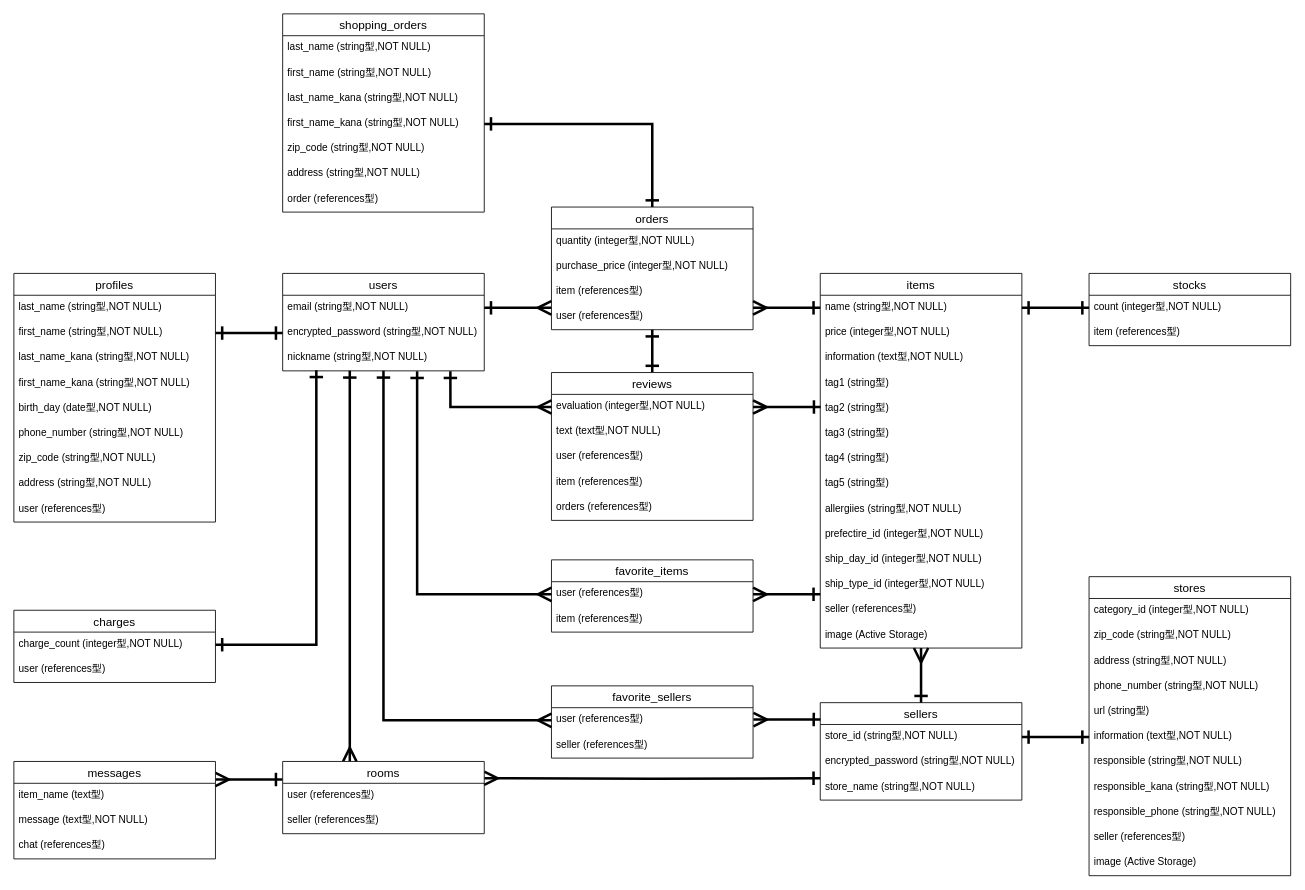
This is er.dio from Buchikin/ecshop-foodmall, a draw.io file, before an edit. Source tidied: cells renumbered, new cells numbered last; positions are measured from the earlier drawing's top-left corner, leaving out a move shared by most shapes. Both pictures are drawn from the tidied source at 84%, with x=0, y=0 at pixel (13, 13).
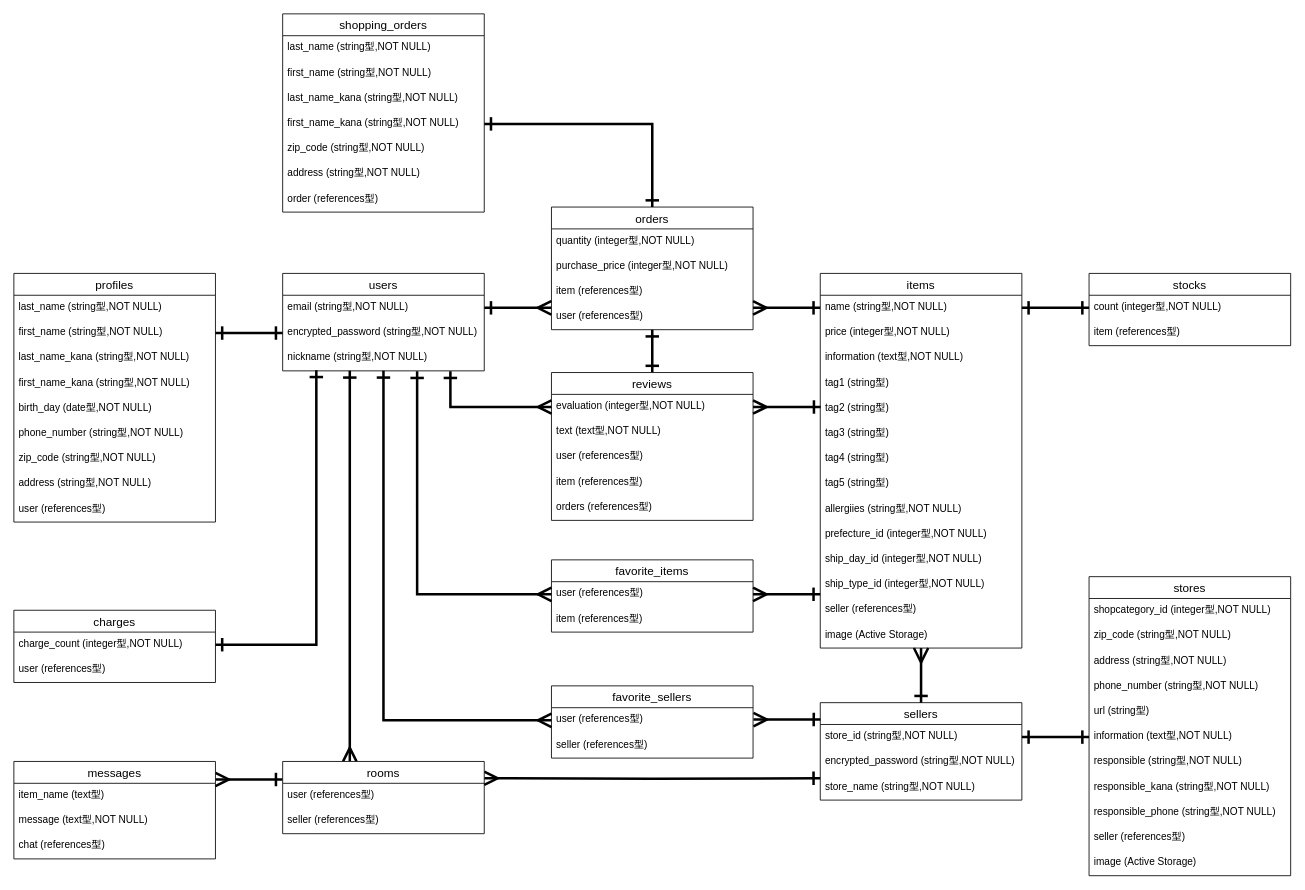
The same page after the edit.

Commit message (it also covers changes not shown here):
er図、READMEの修正

Unchanged cells that the change refers to:
```xml
<mxCell id="21" value="stores" style="swimlane;fontStyle=0;horizontal=1;startSize=26;align=center;fontSize=14;" parent="1" vertex="1">
  <mxGeometry x="1280" y="670" width="240" height="356" as="geometry" />
</mxCell>
<mxCell id="34" value="items" style="swimlane;fontStyle=0;horizontal=1;startSize=26;align=center;fontSize=14;" parent="1" vertex="1">
  <mxGeometry x="960" y="309" width="240" height="446" as="geometry" />
</mxCell>
```

What changed in the source:
```diff
@@
-    <mxCell id="22" value="category_id (integer型,NOT NULL)" style="text;strokeColor=none;fillColor=none;spacingLeft=4;spacingRight=4;overflow=hidden;fontSize=12;" parent="21" vertex="1">
+    <mxCell id="22" value="shopcategory_id (integer型,NOT NULL)" style="text;strokeColor=none;fillColor=none;spacingLeft=4;spacingRight=4;overflow=hidden;fontSize=12;" parent="21" vertex="1">
       <mxGeometry y="26" width="240" height="30" as="geometry" />
     </mxCell>
@@
-    <mxCell id="44" value="prefectire_id (integer型,NOT NULL)" style="text;strokeColor=none;fillColor=none;spacingLeft=4;spacingRight=4;overflow=hidden;fontSize=12;" parent="34" vertex="1">
+    <mxCell id="44" value="prefecture_id (integer型,NOT NULL)" style="text;strokeColor=none;fillColor=none;spacingLeft=4;spacingRight=4;overflow=hidden;fontSize=12;" parent="34" vertex="1">
       <mxGeometry y="296" width="240" height="30" as="geometry" />
     </mxCell>
```
